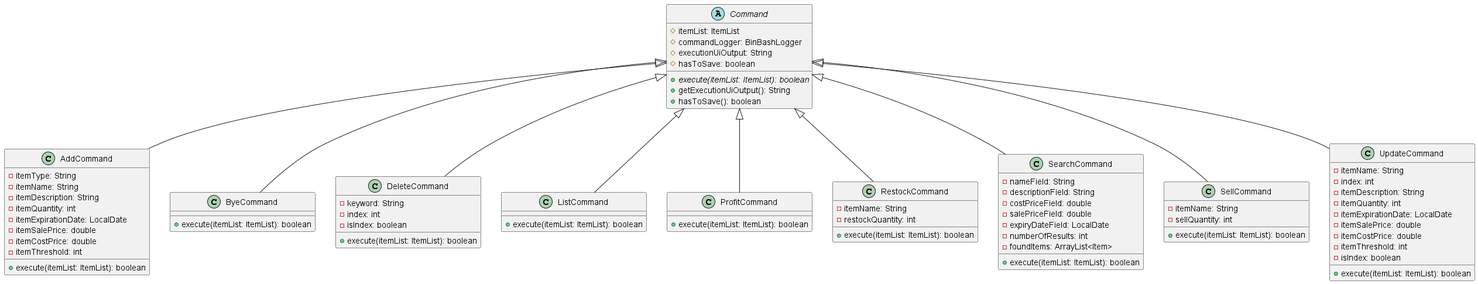
Above: docs/images/CommandClassDiagram.png in AY2324S2-CS2113T-T09-2/tp (PlantUML), before the change.
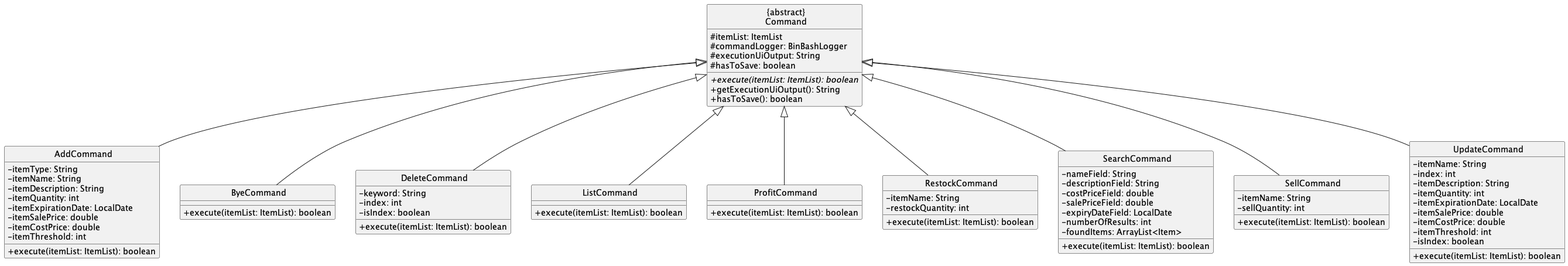
The same diagram one commit later.

Change to the diagram source:
```diff
@@ -1,6 +1,10 @@
 @startuml
 
-abstract class Command {
+skinparam classAttributeIconSize 0
+skinparam CircledCharacterFontSize 0
+skinparam CircledCharacterRadius 0
+
+class "{abstract}\nCommand" {
     # itemList: ItemList
     # commandLogger: BinBashLogger
     # executionUiOutput: String
@@ -77,14 +81,14 @@
     + execute(itemList: ItemList): boolean
 }
 
-Command <|-- AddCommand
-Command <|-- ByeCommand
-Command <|-- DeleteCommand
-Command <|-- ListCommand
-Command <|-- ProfitCommand
-Command <|-- RestockCommand
-Command <|-- SearchCommand
-Command <|-- SellCommand
-Command <|-- UpdateCommand
+"{abstract}\nCommand" <|-- AddCommand
+"{abstract}\nCommand" <|-- ByeCommand
+"{abstract}\nCommand" <|-- DeleteCommand
+"{abstract}\nCommand" <|-- ListCommand
+"{abstract}\nCommand" <|-- ProfitCommand
+"{abstract}\nCommand" <|-- RestockCommand
+"{abstract}\nCommand" <|-- SearchCommand
+"{abstract}\nCommand" <|-- SellCommand
+"{abstract}\nCommand" <|-- UpdateCommand
 
 @enduml
```
